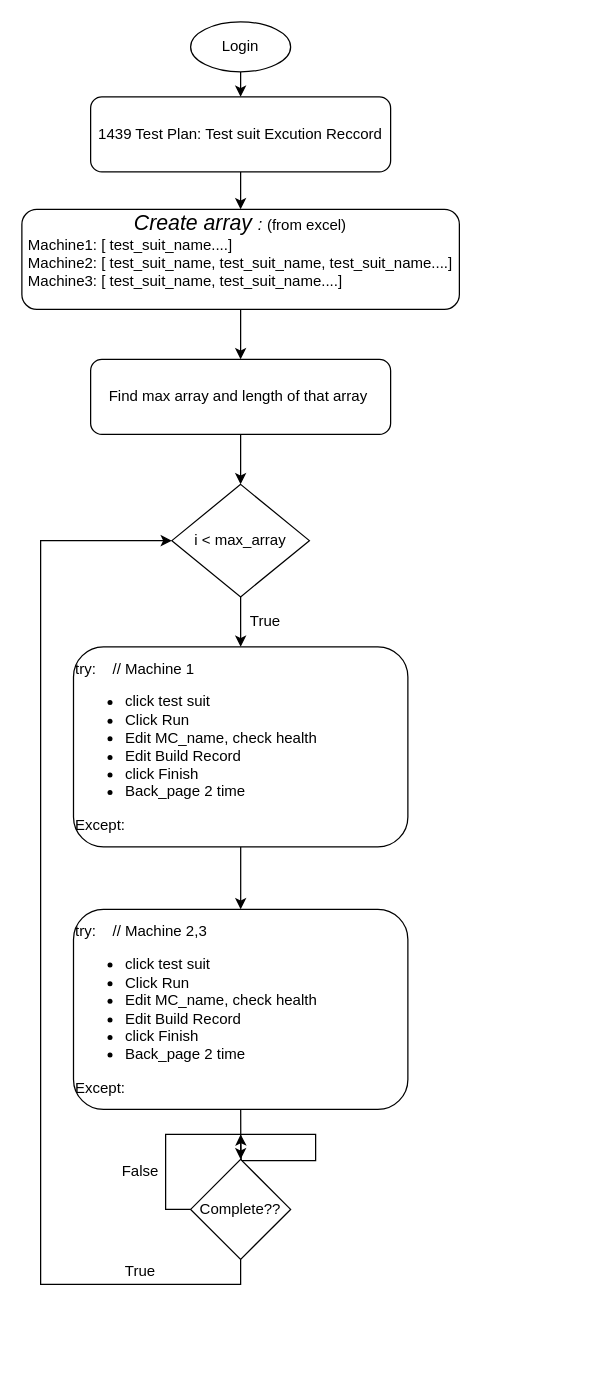
The draw.io diagram testSElenium/Untitled Diagram.drawio in dohuuphu/Script_Tool-_JAZZ, before the edit. Source tidied: cells renumbered, new cells numbered last; positions are measured from the earlier drawing's top-left corner, leaving out a move shared by most shapes. Both pictures are drawn from the tidied source at 125%, with x=0, y=0 at pixel (21, 21).
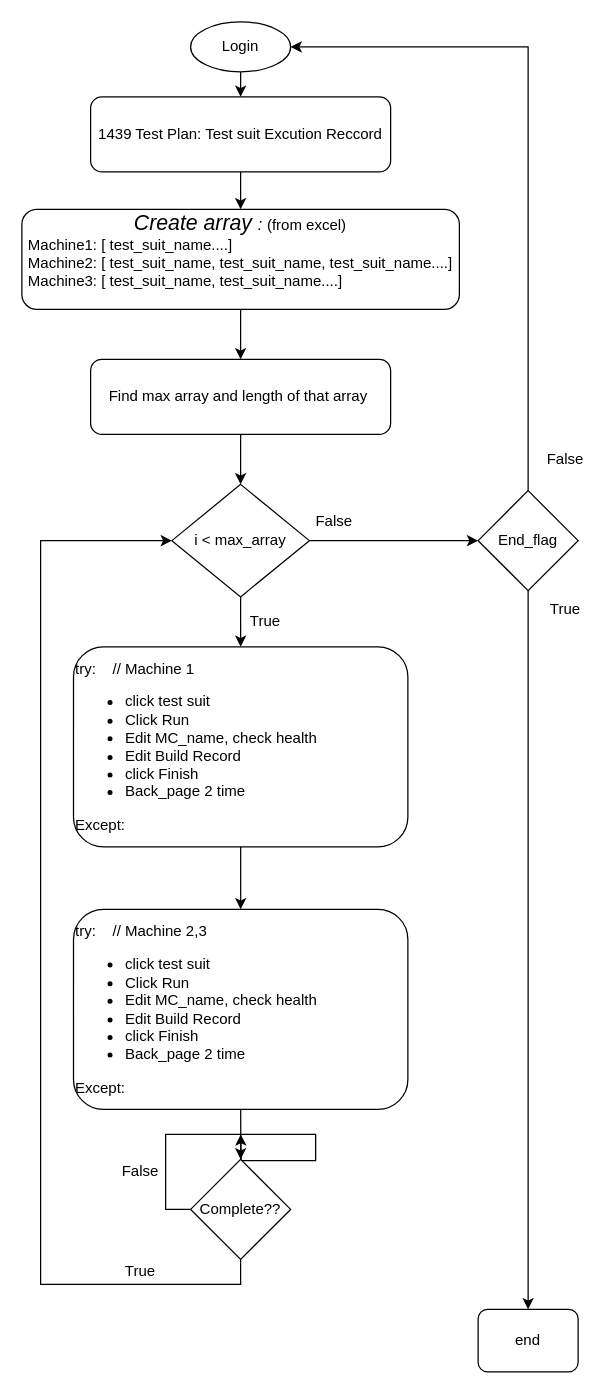
The same page after the edit.

Unchanged cells that the change refers to:
```xml
<mxCell id="3" value="&lt;span&gt;i &amp;lt; max_array&lt;/span&gt;" style="rhombus;whiteSpace=wrap;html=1;" parent="1" vertex="1">
  <mxGeometry x="120" y="370" width="110" height="90" as="geometry" />
</mxCell>
<mxCell id="20" value="&lt;span&gt;Login&lt;/span&gt;" style="ellipse;whiteSpace=wrap;html=1;" parent="1" vertex="1">
  <mxGeometry x="135" width="80" height="40" as="geometry" />
</mxCell>
```

Diff of the diagram source:
```diff
@@
+    <mxCell id="22" style="edgeStyle=orthogonalEdgeStyle;rounded=0;jettySize=auto;html=1;exitX=1;exitY=0.5;exitDx=0;exitDy=0;entryX=0;entryY=0.5;entryDx=0;entryDy=0;" parent="1" edge="1" source="3" target="25">
+      <mxGeometry relative="1" as="geometry" />
+    </mxCell>
@@
+    <mxCell id="23" style="edgeStyle=orthogonalEdgeStyle;rounded=0;jettySize=auto;html=1;exitX=0.5;exitY=0;exitDx=0;exitDy=0;entryX=1;entryY=0.5;entryDx=0;entryDy=0;" parent="1" edge="1" source="25" target="20">
+      <mxGeometry relative="1" as="geometry" />
+    </mxCell>
+    <mxCell id="24" style="edgeStyle=orthogonalEdgeStyle;rounded=0;jettySize=auto;html=1;exitX=0.5;exitY=1;exitDx=0;exitDy=0;" parent="1" edge="1" source="25" target="26">
+      <mxGeometry relative="1" as="geometry" />
+    </mxCell>
+    <mxCell id="25" value="End_flag" style="rhombus;whiteSpace=wrap;html=1;" parent="1" vertex="1">
+      <mxGeometry x="365" y="375" width="80" height="80" as="geometry" />
+    </mxCell>
+    <mxCell id="26" value="end" style="rounded=1;whiteSpace=wrap;html=1;" parent="1" vertex="1">
+      <mxGeometry x="365" y="1030" width="80" height="50" as="geometry" />
+    </mxCell>
+    <mxCell id="27" value="True" style="text;html=1;strokeColor=none;fillColor=none;align=center;verticalAlign=middle;whiteSpace=wrap;rounded=0;" parent="1" vertex="1">
+      <mxGeometry x="415" y="460" width="40" height="20" as="geometry" />
+    </mxCell>
+    <mxCell id="28" value="False" style="text;html=1;strokeColor=none;fillColor=none;align=center;verticalAlign=middle;whiteSpace=wrap;rounded=0;" parent="1" vertex="1">
+      <mxGeometry x="230" y="390" width="40" height="20" as="geometry" />
+    </mxCell>
+    <mxCell id="29" value="False" style="text;html=1;strokeColor=none;fillColor=none;align=center;verticalAlign=middle;whiteSpace=wrap;rounded=0;" parent="1" vertex="1">
+      <mxGeometry x="415" y="340" width="40" height="20" as="geometry" />
+    </mxCell>
```
